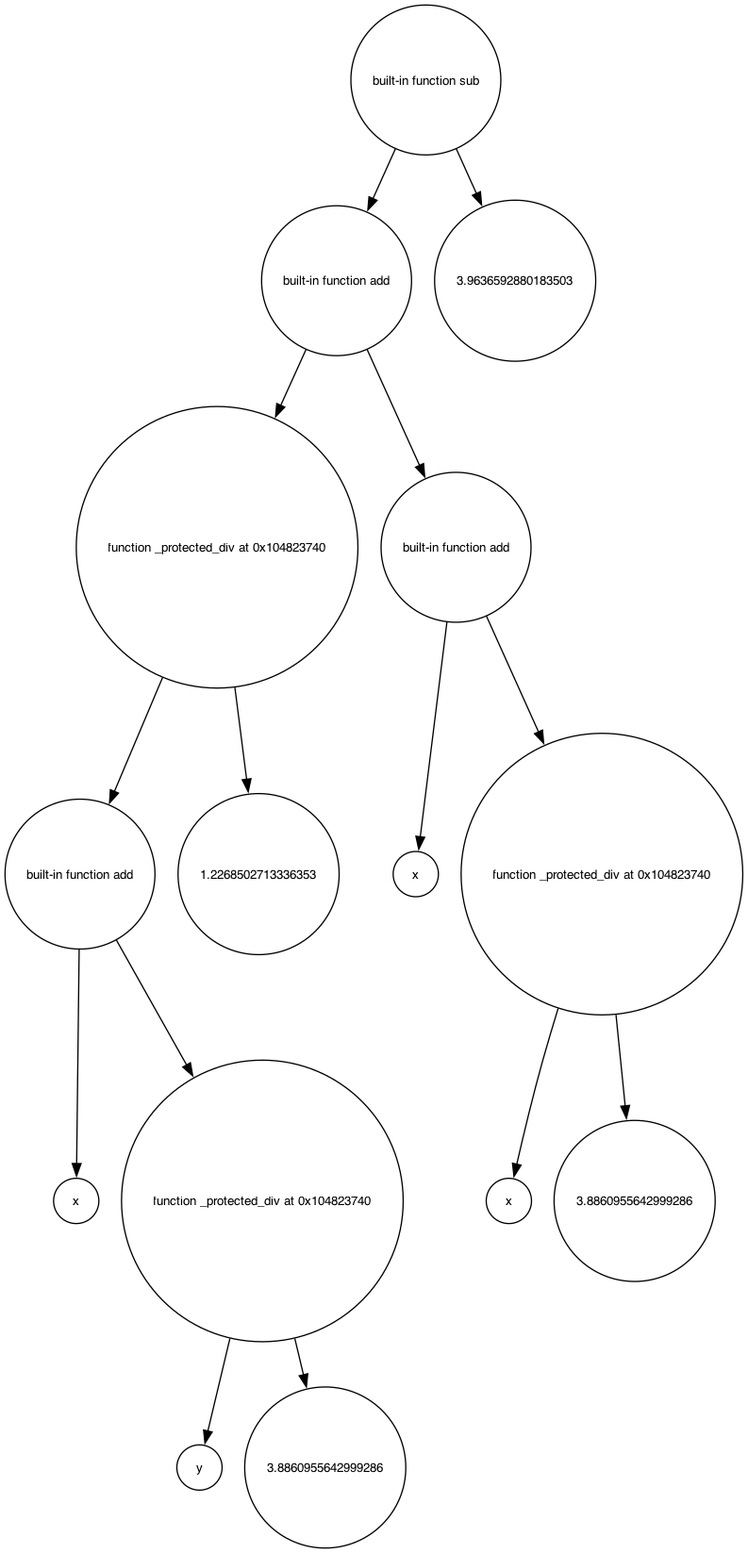
Above: output/best_tree.gv.png in Tarequzzaman/symbolic-regression-gp (Graphviz), before the change. Its source is kept beside it as output/best_tree.gv.
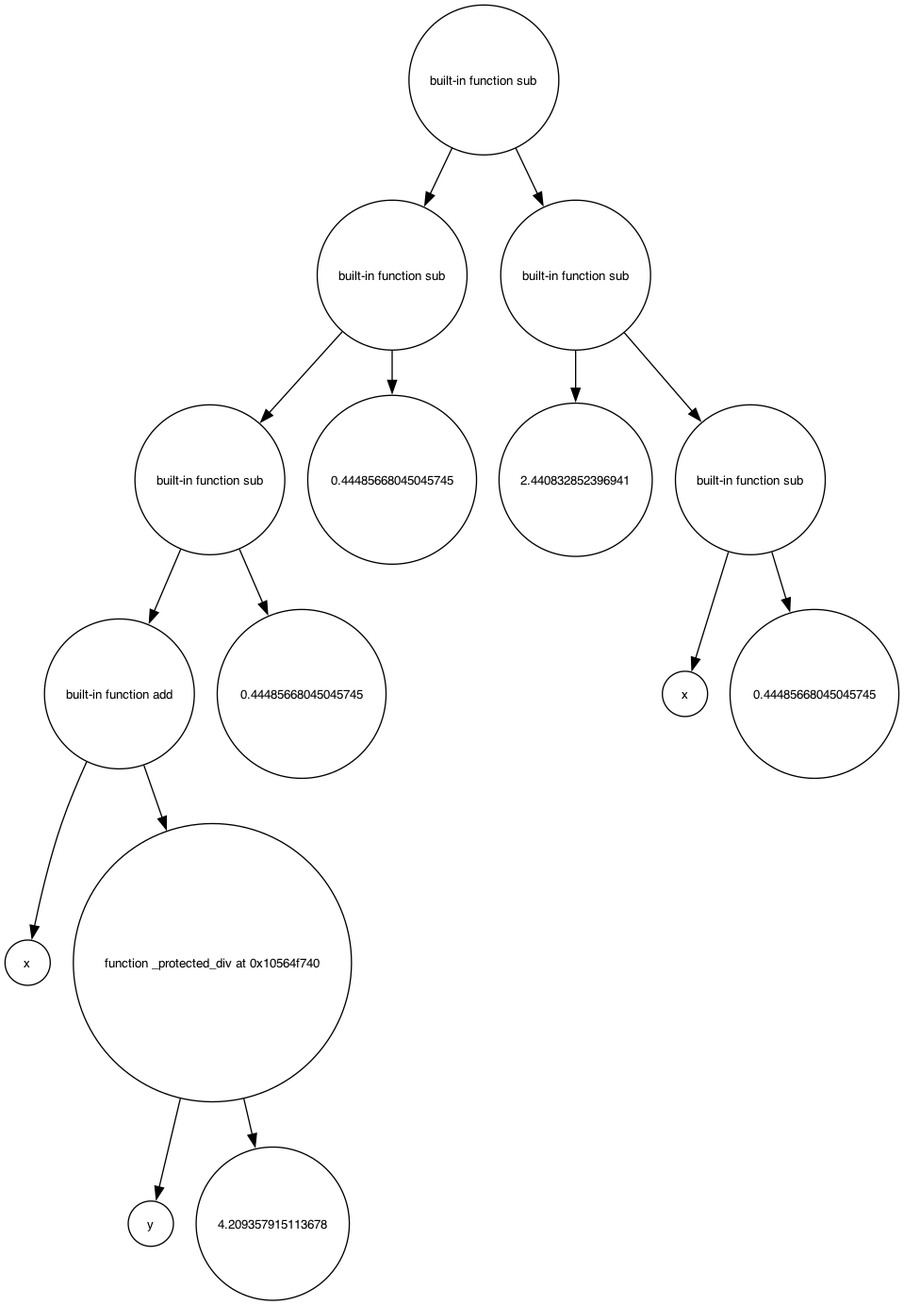
Above is the later version.

What changed in the source:
```diff
@@ -2,31 +2,31 @@
 	node [fontname=Helvetica fontsize=10 shape=circle]
 	n0 [label=<built-in function sub>]
 	n0 -> n0_0
-	n0_0 [label=<built-in function add>]
+	n0_0 [label=<built-in function sub>]
 	n0_0 -> n0_0_0
-	n0_0_0 [label=<function _protected_div at 0x104823740>]
+	n0_0_0 [label=<built-in function sub>]
 	n0_0_0 -> n0_0_0_0
 	n0_0_0_0 [label=<built-in function add>]
 	n0_0_0_0 -> n0_0_0_0_0
 	n0_0_0_0_0 [label=x]
 	n0_0_0_0 -> n0_0_0_0_1
-	n0_0_0_0_1 [label=<function _protected_div at 0x104823740>]
+	n0_0_0_0_1 [label=<function _protected_div at 0x10564f740>]
 	n0_0_0_0_1 -> n0_0_0_0_1_0
 	n0_0_0_0_1_0 [label=y]
 	n0_0_0_0_1 -> n0_0_0_0_1_1
-	n0_0_0_0_1_1 [label=3.8860955642999286]
+	n0_0_0_0_1_1 [label=4.209357915113678]
 	n0_0_0 -> n0_0_0_1
-	n0_0_0_1 [label=1.2268502713336353]
+	n0_0_0_1 [label=0.44485668045045745]
 	n0_0 -> n0_0_1
-	n0_0_1 [label=<built-in function add>]
-	n0_0_1 -> n0_0_1_0
-	n0_0_1_0 [label=x]
-	n0_0_1 -> n0_0_1_1
-	n0_0_1_1 [label=<function _protected_div at 0x104823740>]
-	n0_0_1_1 -> n0_0_1_1_0
-	n0_0_1_1_0 [label=x]
-	n0_0_1_1 -> n0_0_1_1_1
-	n0_0_1_1_1 [label=3.8860955642999286]
+	n0_0_1 [label=0.44485668045045745]
 	n0 -> n0_1
-	n0_1 [label=3.9636592880183503]
+	n0_1 [label=<built-in function sub>]
+	n0_1 -> n0_1_0
+	n0_1_0 [label=2.440832852396941]
+	n0_1 -> n0_1_1
+	n0_1_1 [label=<built-in function sub>]
+	n0_1_1 -> n0_1_1_0
+	n0_1_1_0 [label=x]
+	n0_1_1 -> n0_1_1_1
+	n0_1_1_1 [label=0.44485668045045745]
 }
```
